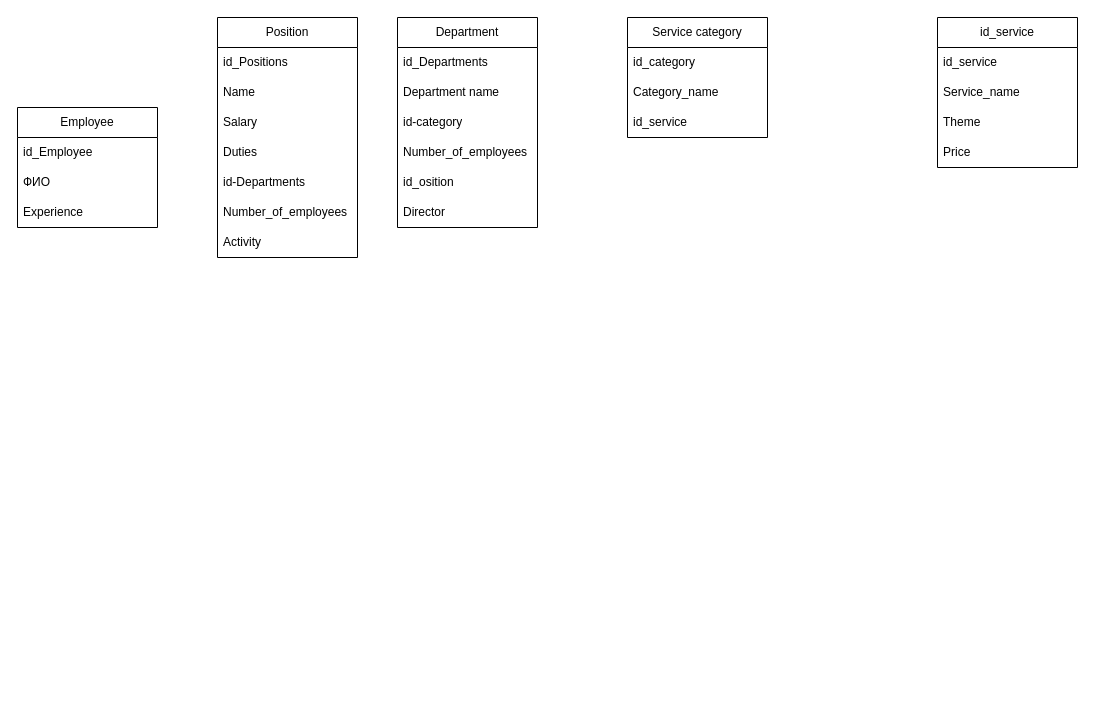
The draw.io diagram Рекламное агентство.drawio in Aazmandiuc/DataBases, before the edit. Source tidied: cells renumbered, new cells numbered last; positions are measured from the earlier drawing's top-left corner, leaving out a move shared by most shapes. Both pictures are drawn from the tidied source at 100%, with x=0, y=0 at pixel (17, 17).
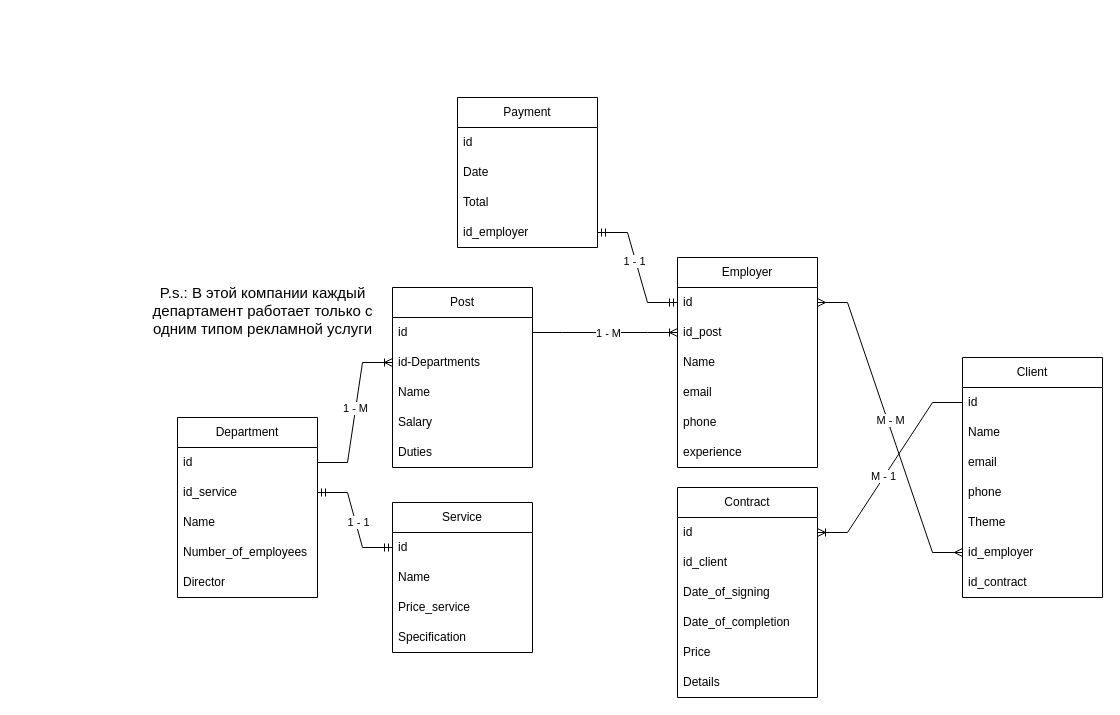
Above is the later version.

Diff of the diagram source:
```diff
@@
-    <mxCell id="2" value="Position" style="swimlane;fontStyle=0;horizontal=1;startSize=30;whiteSpace=wrap;html=1;rounded=0;swimlaneLine=1;glass=0;shadow=0;noLabel=0;direction=east;fixDash=0;absoluteArcSize=0;" parent="1" vertex="1">
-      <mxGeometry x="200" width="140" height="240" as="geometry" />
+    <mxCell id="2" value="Post" style="swimlane;fontStyle=0;horizontal=1;startSize=30;whiteSpace=wrap;html=1;rounded=0;swimlaneLine=1;glass=0;shadow=0;noLabel=0;direction=east;fixDash=0;absoluteArcSize=0;" parent="1" vertex="1">
+      <mxGeometry x="375" y="270" width="140" height="180" as="geometry" />
     </mxCell>
-    <mxCell id="3" value="id_Positions" style="text;strokeColor=none;fillColor=none;align=left;verticalAlign=middle;spacingLeft=4;spacingRight=4;overflow=hidden;points=[[0,0.5],[1,0.5]];portConstraint=eastwest;whiteSpace=wrap;html=1;" parent="2" vertex="1">
+    <mxCell id="3" value="id" style="text;strokeColor=none;fillColor=none;align=left;verticalAlign=middle;spacingLeft=4;spacingRight=4;overflow=hidden;points=[[0,0.5],[1,0.5]];portConstraint=eastwest;whiteSpace=wrap;html=1;" parent="2" vertex="1">
       <mxGeometry y="30" width="140" height="30" as="geometry" />
     </mxCell>
+    <mxCell id="7" value="id-Departments" style="text;strokeColor=none;fillColor=none;align=left;verticalAlign=middle;spacingLeft=4;spacingRight=4;overflow=hidden;points=[[0,0.5],[1,0.5]];portConstraint=eastwest;whiteSpace=wrap;html=1;" parent="2" vertex="1">
+      <mxGeometry y="60" width="140" height="30" as="geometry" />
+    </mxCell>
     <mxCell id="4" value="Name" style="text;strokeColor=none;fillColor=none;align=left;verticalAlign=middle;spacingLeft=4;spacingRight=4;overflow=hidden;whiteSpace=wrap;html=1;" parent="2" vertex="1">
-      <mxGeometry y="60" width="140" height="30" as="geometry" />
+      <mxGeometry y="90" width="140" height="30" as="geometry" />
     </mxCell>
     <mxCell id="5" value="Salary" style="text;strokeColor=none;fillColor=none;align=left;verticalAlign=middle;spacingLeft=4;spacingRight=4;overflow=hidden;whiteSpace=wrap;html=1;" parent="2" vertex="1">
-      <mxGeometry y="90" width="140" height="30" as="geometry" />
+      <mxGeometry y="120" width="140" height="30" as="geometry" />
     </mxCell>
     <mxCell id="6" value="Duties" style="text;strokeColor=none;fillColor=none;align=left;verticalAlign=middle;spacingLeft=4;spacingRight=4;overflow=hidden;whiteSpace=wrap;html=1;" parent="2" vertex="1">
-      <mxGeometry y="120" width="140" height="30" as="geometry" />
+      <mxGeometry y="150" width="140" height="30" as="geometry" />
     </mxCell>
-    <mxCell id="7" value="id-Departments" style="text;strokeColor=none;fillColor=none;align=left;verticalAlign=middle;spacingLeft=4;spacingRight=4;overflow=hidden;points=[[0,0.5],[1,0.5]];portConstraint=eastwest;whiteSpace=wrap;html=1;" parent="2" vertex="1">
-      <mxGeometry y="150" width="140" height="30" as="geometry" />
-    </mxCell>
-    <mxCell id="8" value="Number_of_employees" style="text;strokeColor=none;fillColor=none;align=left;verticalAlign=middle;spacingLeft=4;spacingRight=4;overflow=hidden;whiteSpace=wrap;html=1;" parent="2" vertex="1">
-      <mxGeometry y="180" width="140" height="30" as="geometry" />
-    </mxCell>
-    <mxCell id="9" value="Activity" style="text;strokeColor=none;fillColor=none;align=left;verticalAlign=middle;spacingLeft=4;spacingRight=4;overflow=hidden;whiteSpace=wrap;html=1;" parent="2" vertex="1">
-      <mxGeometry y="210" width="140" height="30" as="geometry" />
-    </mxCell>
-    <mxCell id="10" value="Employee" style="swimlane;fontStyle=0;horizontal=1;startSize=30;whiteSpace=wrap;html=1;rounded=0;swimlaneLine=1;glass=0;shadow=0;noLabel=0;direction=east;fixDash=0;absoluteArcSize=0;" parent="1" vertex="1">
-      <mxGeometry y="90" width="140" height="120" as="geometry" />
-    </mxCell>
-    <mxCell id="11" value="id_Employee" style="text;strokeColor=none;fillColor=none;align=left;verticalAlign=middle;spacingLeft=4;spacingRight=4;overflow=hidden;whiteSpace=wrap;html=1;" parent="10" vertex="1">
-      <mxGeometry y="30" width="140" height="30" as="geometry" />
-    </mxCell>
-    <mxCell id="12" value="ФИО" style="text;strokeColor=none;fillColor=none;align=left;verticalAlign=middle;spacingLeft=4;spacingRight=4;overflow=hidden;whiteSpace=wrap;html=1;" parent="10" vertex="1">
-      <mxGeometry y="60" width="140" height="30" as="geometry" />
-    </mxCell>
-    <mxCell id="13" value="Experience" style="text;strokeColor=none;fillColor=none;align=left;verticalAlign=middle;spacingLeft=4;spacingRight=4;overflow=hidden;whiteSpace=wrap;html=1;" parent="10" vertex="1">
-      <mxGeometry y="90" width="140" height="30" as="geometry" />
-    </mxCell>
     <mxCell id="14" value="Department" style="swimlane;fontStyle=0;horizontal=1;startSize=30;whiteSpace=wrap;html=1;rounded=0;swimlaneLine=1;glass=0;shadow=0;noLabel=0;direction=east;fixDash=0;absoluteArcSize=0;" parent="1" vertex="1">
-      <mxGeometry x="380" width="140" height="210" as="geometry" />
+      <mxGeometry x="160" y="400" width="140" height="180" as="geometry" />
     </mxCell>
-    <mxCell id="15" value="id_Departments" style="text;strokeColor=none;fillColor=none;align=left;verticalAlign=middle;spacingLeft=4;spacingRight=4;overflow=hidden;points=[[0,0.5],[1,0.5]];portConstraint=eastwest;whiteSpace=wrap;html=1;" parent="14" vertex="1">
+    <mxCell id="15" value="id" style="text;strokeColor=none;fillColor=none;align=left;verticalAlign=middle;spacingLeft=4;spacingRight=4;overflow=hidden;points=[[0,0.5],[1,0.5]];portConstraint=eastwest;whiteSpace=wrap;html=1;" parent="14" vertex="1">
       <mxGeometry y="30" width="140" height="30" as="geometry" />
     </mxCell>
+    <mxCell id="24" value="id_service" style="text;strokeColor=none;fillColor=none;align=left;verticalAlign=middle;spacingLeft=4;spacingRight=4;overflow=hidden;points=[[0,0.5],[1,0.5]];portConstraint=eastwest;whiteSpace=wrap;html=1;" parent="14" vertex="1">
+      <mxGeometry y="60" width="140" height="30" as="geometry" />
+    </mxCell>
-    <mxCell id="16" value="Department name" style="text;strokeColor=none;fillColor=none;align=left;verticalAlign=middle;spacingLeft=4;spacingRight=4;overflow=hidden;whiteSpace=wrap;html=1;" parent="14" vertex="1">
-      <mxGeometry y="60" width="140" height="30" as="geometry" />
+    <mxCell id="16" value="Name" style="text;strokeColor=none;fillColor=none;align=left;verticalAlign=middle;spacingLeft=4;spacingRight=4;overflow=hidden;whiteSpace=wrap;html=1;" parent="14" vertex="1">
+      <mxGeometry y="90" width="140" height="30" as="geometry" />
     </mxCell>
+    <mxCell id="18" value="Number_of_employees" style="text;strokeColor=none;fillColor=none;align=left;verticalAlign=middle;spacingLeft=4;spacingRight=4;overflow=hidden;whiteSpace=wrap;html=1;" parent="14" vertex="1">
+      <mxGeometry y="120" width="140" height="30" as="geometry" />
+    </mxCell>
-    <mxCell id="17" value="id-category" style="text;strokeColor=none;fillColor=none;align=left;verticalAlign=middle;spacingLeft=4;spacingRight=4;overflow=hidden;whiteSpace=wrap;html=1;" parent="14" vertex="1">
-      <mxGeometry y="90" width="140" height="30" as="geometry" />
+    <mxCell id="17" value="Director" style="text;strokeColor=none;fillColor=none;align=left;verticalAlign=middle;spacingLeft=4;spacingRight=4;overflow=hidden;whiteSpace=wrap;html=1;" parent="14" vertex="1">
+      <mxGeometry y="150" width="140" height="30" as="geometry" />
     </mxCell>
-    <mxCell id="18" value="Number_of_employees" style="text;strokeColor=none;fillColor=none;align=left;verticalAlign=middle;spacingLeft=4;spacingRight=4;overflow=hidden;whiteSpace=wrap;html=1;" parent="14" vertex="1">
-      <mxGeometry y="120" width="140" height="30" as="geometry" />
-    </mxCell>
-    <mxCell id="19" value="id_osition" style="text;strokeColor=none;fillColor=none;align=left;verticalAlign=middle;spacingLeft=4;spacingRight=4;overflow=hidden;whiteSpace=wrap;html=1;" parent="14" vertex="1">
-      <mxGeometry y="150" width="140" height="30" as="geometry" />
-    </mxCell>
-    <mxCell id="20" value="Director" style="text;strokeColor=none;fillColor=none;align=left;verticalAlign=middle;spacingLeft=4;spacingRight=4;overflow=hidden;whiteSpace=wrap;html=1;" parent="14" vertex="1">
-      <mxGeometry y="180" width="140" height="30" as="geometry" />
-    </mxCell>
-    <mxCell id="21" value="Service category" style="swimlane;fontStyle=0;horizontal=1;startSize=30;whiteSpace=wrap;html=1;" parent="1" vertex="1">
-      <mxGeometry x="610" width="140" height="120" as="geometry" />
+    <mxCell id="21" value="Service" style="swimlane;fontStyle=0;horizontal=1;startSize=30;whiteSpace=wrap;html=1;" parent="1" vertex="1">
+      <mxGeometry x="375" y="485" width="140" height="150" as="geometry" />
     </mxCell>
-    <mxCell id="22" value="id_category" style="text;strokeColor=none;fillColor=none;align=left;verticalAlign=middle;spacingLeft=4;spacingRight=4;overflow=hidden;points=[[0,0.5],[1,0.5]];portConstraint=eastwest;whiteSpace=wrap;html=1;" parent="21" vertex="1">
+    <mxCell id="22" value="id" style="text;strokeColor=none;fillColor=none;align=left;verticalAlign=middle;spacingLeft=4;spacingRight=4;overflow=hidden;points=[[0,0.5],[1,0.5]];portConstraint=eastwest;whiteSpace=wrap;html=1;" parent="21" vertex="1">
       <mxGeometry y="30" width="140" height="30" as="geometry" />
     </mxCell>
-    <mxCell id="23" value="Category_name" style="text;strokeColor=none;fillColor=none;align=left;verticalAlign=middle;spacingLeft=4;spacingRight=4;overflow=hidden;whiteSpace=wrap;html=1;" parent="21" vertex="1">
-      <mxGeometry y="60" width="140" height="30" as="geometry" />
-    </mxCell>
-    <mxCell id="24" value="id_service" style="text;strokeColor=none;fillColor=none;align=left;verticalAlign=middle;spacingLeft=4;spacingRight=4;overflow=hidden;points=[[0,0.5],[1,0.5]];portConstraint=eastwest;whiteSpace=wrap;html=1;" parent="21" vertex="1">
-      <mxGeometry y="90" width="140" height="30" as="geometry" />
-    </mxCell>
+    <mxCell id="30" value="Name" style="text;strokeColor=none;fillColor=none;align=left;verticalAlign=middle;spacingLeft=4;spacingRight=4;overflow=hidden;whiteSpace=wrap;html=1;" parent="21" vertex="1">
+      <mxGeometry y="60" width="140" height="30" as="geometry" />
+    </mxCell>
+    <mxCell id="31" value="Price_service" style="text;strokeColor=none;fillColor=none;align=left;verticalAlign=middle;spacingLeft=4;spacingRight=4;overflow=hidden;whiteSpace=wrap;html=1;" parent="21" vertex="1">
+      <mxGeometry y="90" width="140" height="30" as="geometry" />
+    </mxCell>
+    <mxCell id="32" value="Specification" style="text;strokeColor=none;fillColor=none;align=left;verticalAlign=middle;spacingLeft=4;spacingRight=4;overflow=hidden;whiteSpace=wrap;html=1;" parent="21" vertex="1">
+      <mxGeometry y="120" width="140" height="30" as="geometry" />
+    </mxCell>
-    <mxCell id="25" value="id_service" style="swimlane;fontStyle=0;horizontal=1;startSize=30;whiteSpace=wrap;html=1;" parent="1" vertex="1">
-      <mxGeometry x="920" width="140" height="150" as="geometry" />
+    <mxCell id="25" value="Contract" style="swimlane;fontStyle=0;horizontal=1;startSize=30;whiteSpace=wrap;html=1;" parent="1" vertex="1">
+      <mxGeometry x="660" y="470" width="140" height="210" as="geometry" />
     </mxCell>
-    <mxCell id="26" value="id_service" style="text;strokeColor=none;fillColor=none;align=left;verticalAlign=middle;spacingLeft=4;spacingRight=4;overflow=hidden;points=[[0,0.5],[1,0.5]];portConstraint=eastwest;whiteSpace=wrap;html=1;" parent="25" vertex="1">
+    <mxCell id="26" value="id" style="text;strokeColor=none;fillColor=none;align=left;verticalAlign=middle;spacingLeft=4;spacingRight=4;overflow=hidden;points=[[0,0.5],[1,0.5]];portConstraint=eastwest;whiteSpace=wrap;html=1;" parent="25" vertex="1">
       <mxGeometry y="30" width="140" height="30" as="geometry" />
     </mxCell>
-    <mxCell id="27" value="Service_name" style="text;strokeColor=none;fillColor=none;align=left;verticalAlign=middle;spacingLeft=4;spacingRight=4;overflow=hidden;whiteSpace=wrap;html=1;" parent="25" vertex="1">
+    <mxCell id="27" value="id_client" style="text;strokeColor=none;fillColor=none;align=left;verticalAlign=middle;spacingLeft=4;spacingRight=4;overflow=hidden;whiteSpace=wrap;html=1;" parent="25" vertex="1">
       <mxGeometry y="60" width="140" height="30" as="geometry" />
     </mxCell>
-    <mxCell id="28" value="Theme" style="text;strokeColor=none;fillColor=none;align=left;verticalAlign=middle;spacingLeft=4;spacingRight=4;overflow=hidden;whiteSpace=wrap;html=1;" parent="25" vertex="1">
+    <mxCell id="28" value="Date_of_signing" style="text;strokeColor=none;fillColor=none;align=left;verticalAlign=middle;spacingLeft=4;spacingRight=4;overflow=hidden;whiteSpace=wrap;html=1;" parent="25" vertex="1">
       <mxGeometry y="90" width="140" height="30" as="geometry" />
     </mxCell>
+    <mxCell id="33" value="Date_of_completion" style="text;strokeColor=none;fillColor=none;align=left;verticalAlign=middle;spacingLeft=4;spacingRight=4;overflow=hidden;whiteSpace=wrap;html=1;" parent="25" vertex="1">
+      <mxGeometry y="120" width="140" height="30" as="geometry" />
+    </mxCell>
     <mxCell id="29" value="Price" style="text;strokeColor=none;fillColor=none;align=left;verticalAlign=middle;spacingLeft=4;spacingRight=4;overflow=hidden;whiteSpace=wrap;html=1;" parent="25" vertex="1">
-      <mxGeometry y="120" width="140" height="30" as="geometry" />
+      <mxGeometry y="150" width="140" height="30" as="geometry" />
     </mxCell>
+    <mxCell id="34" value="Details" style="text;strokeColor=none;fillColor=none;align=left;verticalAlign=middle;spacingLeft=4;spacingRight=4;overflow=hidden;whiteSpace=wrap;html=1;" parent="25" vertex="1">
+      <mxGeometry y="180" width="140" height="30" as="geometry" />
+    </mxCell>
+    <mxCell id="35" value="Client" style="swimlane;fontStyle=0;horizontal=1;startSize=30;whiteSpace=wrap;html=1;rounded=0;swimlaneLine=1;glass=0;shadow=0;noLabel=0;direction=east;fixDash=0;absoluteArcSize=0;" parent="1" vertex="1">
+      <mxGeometry x="945" y="340" width="140" height="240" as="geometry" />
+    </mxCell>
+    <mxCell id="36" value="id" style="text;strokeColor=none;fillColor=none;align=left;verticalAlign=middle;spacingLeft=4;spacingRight=4;overflow=hidden;points=[[0,0.5],[1,0.5]];portConstraint=eastwest;whiteSpace=wrap;html=1;" parent="35" vertex="1">
+      <mxGeometry y="30" width="140" height="30" as="geometry" />
+    </mxCell>
+    <mxCell id="37" value="Name" style="text;strokeColor=none;fillColor=none;align=left;verticalAlign=middle;spacingLeft=4;spacingRight=4;overflow=hidden;whiteSpace=wrap;html=1;" parent="35" vertex="1">
+      <mxGeometry y="60" width="140" height="30" as="geometry" />
+    </mxCell>
+    <mxCell id="38" value="email" style="text;strokeColor=none;fillColor=none;align=left;verticalAlign=middle;spacingLeft=4;spacingRight=4;overflow=hidden;whiteSpace=wrap;html=1;" parent="35" vertex="1">
+      <mxGeometry y="90" width="140" height="30" as="geometry" />
+    </mxCell>
+    <mxCell id="39" value="phone" style="text;strokeColor=none;fillColor=none;align=left;verticalAlign=middle;spacingLeft=4;spacingRight=4;overflow=hidden;whiteSpace=wrap;html=1;" parent="35" vertex="1">
+      <mxGeometry y="120" width="140" height="30" as="geometry" />
+    </mxCell>
+    <mxCell id="40" value="Theme" style="text;strokeColor=none;fillColor=none;align=left;verticalAlign=middle;spacingLeft=4;spacingRight=4;overflow=hidden;whiteSpace=wrap;html=1;" parent="35" vertex="1">
+      <mxGeometry y="150" width="140" height="30" as="geometry" />
+    </mxCell>
+    <mxCell id="41" value="id_employer" style="text;strokeColor=none;fillColor=none;align=left;verticalAlign=middle;spacingLeft=4;spacingRight=4;overflow=hidden;points=[[0,0.5],[1,0.5]];portConstraint=eastwest;whiteSpace=wrap;html=1;" parent="35" vertex="1">
+      <mxGeometry y="180" width="140" height="30" as="geometry" />
+    </mxCell>
+    <mxCell id="42" value="id_contract" style="text;strokeColor=none;fillColor=none;align=left;verticalAlign=middle;spacingLeft=4;spacingRight=4;overflow=hidden;whiteSpace=wrap;html=1;" parent="35" vertex="1">
+      <mxGeometry y="210" width="140" height="30" as="geometry" />
+    </mxCell>
+    <mxCell id="43" value="Employer" style="swimlane;fontStyle=0;horizontal=1;startSize=30;whiteSpace=wrap;html=1;rounded=0;swimlaneLine=1;glass=0;shadow=0;noLabel=0;direction=east;fixDash=0;absoluteArcSize=0;" parent="1" vertex="1">
+      <mxGeometry x="660" y="240" width="140" height="210" as="geometry" />
+    </mxCell>
+    <mxCell id="44" value="id" style="text;strokeColor=none;fillColor=none;align=left;verticalAlign=middle;spacingLeft=4;spacingRight=4;overflow=hidden;points=[[0,0.5],[1,0.5]];portConstraint=eastwest;whiteSpace=wrap;html=1;" parent="43" vertex="1">
+      <mxGeometry y="30" width="140" height="30" as="geometry" />
+    </mxCell>
+    <mxCell id="45" value="id_post" style="text;strokeColor=none;fillColor=none;align=left;verticalAlign=middle;spacingLeft=4;spacingRight=4;overflow=hidden;points=[[0,0.5],[1,0.5]];portConstraint=eastwest;whiteSpace=wrap;html=1;" parent="43" vertex="1">
+      <mxGeometry y="60" width="140" height="30" as="geometry" />
+    </mxCell>
+    <mxCell id="46" value="Name" style="text;strokeColor=none;fillColor=none;align=left;verticalAlign=middle;spacingLeft=4;spacingRight=4;overflow=hidden;whiteSpace=wrap;html=1;" parent="43" vertex="1">
+      <mxGeometry y="90" width="140" height="30" as="geometry" />
+    </mxCell>
+    <mxCell id="47" value="email" style="text;strokeColor=none;fillColor=none;align=left;verticalAlign=middle;spacingLeft=4;spacingRight=4;overflow=hidden;whiteSpace=wrap;html=1;" parent="43" vertex="1">
+      <mxGeometry y="120" width="140" height="30" as="geometry" />
+    </mxCell>
+    <mxCell id="48" value="phone" style="text;strokeColor=none;fillColor=none;align=left;verticalAlign=middle;spacingLeft=4;spacingRight=4;overflow=hidden;whiteSpace=wrap;html=1;" parent="43" vertex="1">
+      <mxGeometry y="150" width="140" height="30" as="geometry" />
+    </mxCell>
+    <mxCell id="49" value="experience" style="text;strokeColor=none;fillColor=none;align=left;verticalAlign=middle;spacingLeft=4;spacingRight=4;overflow=hidden;whiteSpace=wrap;html=1;" parent="43" vertex="1">
+      <mxGeometry y="180" width="140" height="30" as="geometry" />
+    </mxCell>
+    <mxCell id="50" value="Payment" style="swimlane;fontStyle=0;horizontal=1;startSize=30;whiteSpace=wrap;html=1;rounded=0;swimlaneLine=1;glass=0;shadow=0;noLabel=0;direction=east;fixDash=0;absoluteArcSize=0;" parent="1" vertex="1">
+      <mxGeometry x="440" y="80" width="140" height="150" as="geometry" />
+    </mxCell>
+    <mxCell id="51" value="id" style="text;strokeColor=none;fillColor=none;align=left;verticalAlign=middle;spacingLeft=4;spacingRight=4;overflow=hidden;whiteSpace=wrap;html=1;" parent="50" vertex="1">
+      <mxGeometry y="30" width="140" height="30" as="geometry" />
+    </mxCell>
+    <mxCell id="52" value="Date" style="text;strokeColor=none;fillColor=none;align=left;verticalAlign=middle;spacingLeft=4;spacingRight=4;overflow=hidden;whiteSpace=wrap;html=1;" parent="50" vertex="1">
+      <mxGeometry y="60" width="140" height="30" as="geometry" />
+    </mxCell>
+    <mxCell id="53" value="Total" style="text;strokeColor=none;fillColor=none;align=left;verticalAlign=middle;spacingLeft=4;spacingRight=4;overflow=hidden;whiteSpace=wrap;html=1;" parent="50" vertex="1">
+      <mxGeometry y="90" width="140" height="30" as="geometry" />
+    </mxCell>
+    <mxCell id="54" value="id_employer" style="text;strokeColor=none;fillColor=none;align=left;verticalAlign=middle;spacingLeft=4;spacingRight=4;overflow=hidden;points=[[0,0.5],[1,0.5]];portConstraint=eastwest;whiteSpace=wrap;html=1;" parent="50" vertex="1">
+      <mxGeometry y="120" width="140" height="30" as="geometry" />
+    </mxCell>
+    <mxCell id="55" style="edgeStyle=entityRelationEdgeStyle;fontSize=12;html=1;endArrow=ERoneToMany;rounded=0;exitX=1;exitY=0.5;exitDx=0;exitDy=0;entryX=0;entryY=0.5;entryDx=0;entryDy=0;" parent="1" edge="1" source="15" target="7">
+      <mxGeometry relative="1" as="geometry" />
+    </mxCell>
+    <mxCell id="56" value="1 - М" style="edgeLabel;html=1;align=center;verticalAlign=middle;" parent="55" vertex="1">
+      <mxGeometry x="0.05" y="1" relative="1" as="geometry" />
+    </mxCell>
+    <mxCell id="57" style="edgeStyle=entityRelationEdgeStyle;fontSize=12;html=1;endArrow=ERoneToMany;rounded=0;exitX=1;exitY=0.5;exitDx=0;exitDy=0;entryX=0;entryY=0.5;entryDx=0;entryDy=0;" parent="1" edge="1" source="3" target="45">
+      <mxGeometry relative="1" as="geometry" />
+    </mxCell>
+    <mxCell id="58" value="1 - М" style="edgeLabel;html=1;align=center;verticalAlign=middle;" parent="57" vertex="1">
+      <mxGeometry x="0.41" y="-1" relative="1" as="geometry">
+        <mxPoint x="-27" y="-1" as="offset" />
+      </mxGeometry>
+    </mxCell>
+    <mxCell id="59" style="edgeStyle=entityRelationEdgeStyle;fontSize=12;html=1;endArrow=ERmandOne;startArrow=ERmandOne;rounded=0;exitX=1;exitY=0.5;exitDx=0;exitDy=0;entryX=0;entryY=0.5;entryDx=0;entryDy=0;" parent="1" edge="1" source="54" target="44">
+      <mxGeometry relative="1" as="geometry" />
+    </mxCell>
+    <mxCell id="60" value="1 - 1" style="edgeLabel;html=1;align=center;verticalAlign=middle;" parent="59" vertex="1">
+      <mxGeometry x="-0.11" y="-2" relative="1" as="geometry" />
+    </mxCell>
+    <mxCell id="61" style="edgeStyle=entityRelationEdgeStyle;fontSize=12;html=1;endArrow=ERmany;startArrow=ERmany;rounded=0;entryX=1;entryY=0.5;entryDx=0;entryDy=0;exitX=0;exitY=0.5;exitDx=0;exitDy=0;" parent="1" edge="1" source="41" target="44">
+      <mxGeometry relative="1" as="geometry" />
+    </mxCell>
+    <mxCell id="62" value="М - М" style="edgeLabel;html=1;align=center;verticalAlign=middle;" parent="61" vertex="1">
+      <mxGeometry x="0.12" y="1" relative="1" as="geometry">
+        <mxPoint x="7" y="10" as="offset" />
+      </mxGeometry>
+    </mxCell>
+    <mxCell id="63" style="edgeStyle=entityRelationEdgeStyle;fontSize=12;html=1;endArrow=ERmandOne;startArrow=ERmandOne;rounded=0;entryX=0;entryY=0.5;entryDx=0;entryDy=0;exitX=1;exitY=0.5;exitDx=0;exitDy=0;" parent="1" edge="1" source="24" target="22">
+      <mxGeometry relative="1" as="geometry">
+        <Array as="points">
+          <mxPoint x="105" y="475" />
+        </Array>
+      </mxGeometry>
+    </mxCell>
+    <mxCell id="64" value="1 - 1" style="edgeLabel;html=1;align=center;verticalAlign=middle;" parent="63" vertex="1">
+      <mxGeometry x="0.05" y="2" relative="1" as="geometry" />
+    </mxCell>
+    <mxCell id="65" value="&lt;font style=&quot;font-size: 15px;&quot;&gt;P.s.: В этой компании каждый департамент работает только с одним типом рекламной услуги&lt;/font&gt;" style="text;strokeColor=none;align=center;fillColor=none;html=1;verticalAlign=middle;whiteSpace=wrap;rounded=0;" parent="1" vertex="1">
+      <mxGeometry x="127" y="278" width="236.7" height="30" as="geometry" />
+    </mxCell>
+    <mxCell id="66" style="edgeStyle=entityRelationEdgeStyle;fontSize=12;html=1;endArrow=ERoneToMany;rounded=0;exitX=0;exitY=0.5;exitDx=0;exitDy=0;entryX=1;entryY=0.5;entryDx=0;entryDy=0;" parent="1" edge="1" source="36" target="26">
+      <mxGeometry relative="1" as="geometry" />
+    </mxCell>
+    <mxCell id="67" value="М - 1" style="edgeLabel;html=1;align=center;verticalAlign=middle;" parent="66" vertex="1">
+      <mxGeometry x="0.1" relative="1" as="geometry">
+        <mxPoint x="-1" as="offset" />
+      </mxGeometry>
+    </mxCell>
```
